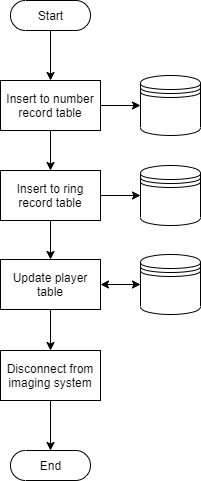
Earlier version of the draw.io export scoring/documentation/Finish_Game_Logic.png (kparlak/dart-scoring-system). Source tidied: cells renumbered, new cells last; positions are measured from the earlier drawing's top-left corner, leaving out a move shared by most shapes.
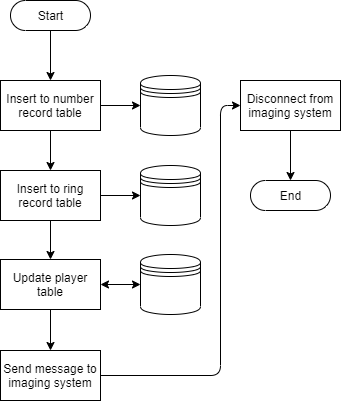
The same diagram one commit later.

The edit, as a diff of the source:
```diff
@@ -9,7 +9,7 @@
       <mxGeometry x="10" width="80" height="30" as="geometry" />
     </mxCell>
     <mxCell id="4" value="End" style="html=1;dashed=0;whitespace=wrap;shape=mxgraph.dfd.start;" parent="1" vertex="1">
-      <mxGeometry x="10" y="450" width="80" height="30" as="geometry" />
+      <mxGeometry x="250" y="180" width="80" height="30" as="geometry" />
     </mxCell>
     <mxCell id="5" style="edgeStyle=orthogonalEdgeStyle;rounded=1;jettySize=auto;html=1;exitX=0.5;exitY=1;exitDx=0;exitDy=0;entryX=0.5;entryY=0;entryDx=0;entryDy=0;" parent="1" edge="1" source="6" target="11">
       <mxGeometry relative="1" as="geometry" />
@@ -41,17 +41,28 @@
     <mxCell id="14" style="shape=datastore;whiteSpace=wrap;html=1;" parent="1" vertex="1">
       <mxGeometry x="140" y="254" width="60" height="60" as="geometry" />
     </mxCell>
-    <mxCell id="15" style="edgeStyle=orthogonalEdgeStyle;rounded=1;jettySize=auto;html=1;exitX=0.5;exitY=1;exitDx=0;exitDy=0;entryX=0.5;entryY=0;entryDx=0;entryDy=0;startArrow=none;startFill=0;" parent="1" edge="1" source="16" target="18">
-      <mxGeometry relative="1" as="geometry" />
-    </mxCell>
+    <mxCell id="19" style="edgeStyle=orthogonalEdgeStyle;rounded=1;jettySize=auto;html=1;exitX=0.5;exitY=1;exitDx=0;exitDy=0;entryX=0.5;entryY=0;entryDx=0;entryDy=0;" parent="1" edge="1" source="16" target="21">
+      <mxGeometry relative="1" as="geometry" />
+    </mxCell>
     <mxCell id="16" value="Update player table" style="html=1;dashed=0;whitespace=wrap;whiteSpace=wrap;" parent="1" vertex="1">
       <mxGeometry y="259" width="100" height="50" as="geometry" />
     </mxCell>
-    <mxCell id="17" style="edgeStyle=orthogonalEdgeStyle;rounded=1;jettySize=auto;html=1;exitX=0.5;exitY=1;exitDx=0;exitDy=0;entryX=0.5;entryY=0.5;entryDx=0;entryDy=-15;entryPerimeter=0;startArrow=none;startFill=0;" parent="1" edge="1" source="18" target="4">
+    <mxCell id="17" style="edgeStyle=orthogonalEdgeStyle;rounded=1;jettySize=auto;html=1;exitX=0.5;exitY=1;exitDx=0;exitDy=0;entryX=0.5;entryY=0.5;entryDx=0;entryDy=-15;entryPerimeter=0;" parent="1" edge="1" source="18" target="4">
       <mxGeometry relative="1" as="geometry" />
     </mxCell>
     <mxCell id="18" value="Disconnect from imaging system" style="html=1;dashed=0;whitespace=wrap;whiteSpace=wrap;" parent="1" vertex="1">
-      <mxGeometry y="350" width="100" height="50" as="geometry" />
+      <mxGeometry x="240" y="80" width="100" height="50" as="geometry" />
     </mxCell>
+    <mxCell id="20" style="edgeStyle=orthogonalEdgeStyle;rounded=1;jettySize=auto;html=1;exitX=1;exitY=0.5;exitDx=0;exitDy=0;entryX=0;entryY=0.5;entryDx=0;entryDy=0;" parent="1" edge="1" source="21" target="18">
+      <mxGeometry relative="1" as="geometry">
+        <Array as="points">
+          <mxPoint x="220" y="375" />
+          <mxPoint x="220" y="105" />
+        </Array>
+      </mxGeometry>
+    </mxCell>
+    <mxCell id="21" value="Send message to imaging system" style="html=1;dashed=0;whitespace=wrap;whiteSpace=wrap;" parent="1" vertex="1">
+      <mxGeometry y="350" width="100" height="50" as="geometry" />
+    </mxCell>
   </root>
 </mxGraphModel>
```
